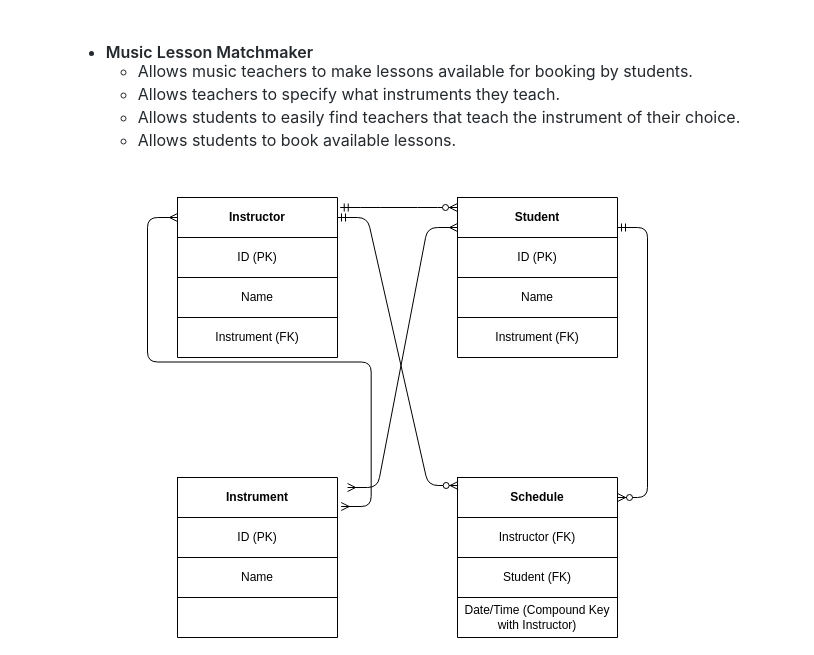
The draw.io diagram erd-lab.drawio in caitlinfcorrigan/data-modeling, before the edit. Source tidied: cells renumbered, new cells numbered last; positions are measured from the earlier drawing's top-left corner, leaving out a move shared by most shapes. Both pictures are drawn from the tidied source at 100%, with x=0, y=0 at pixel (17, 17).
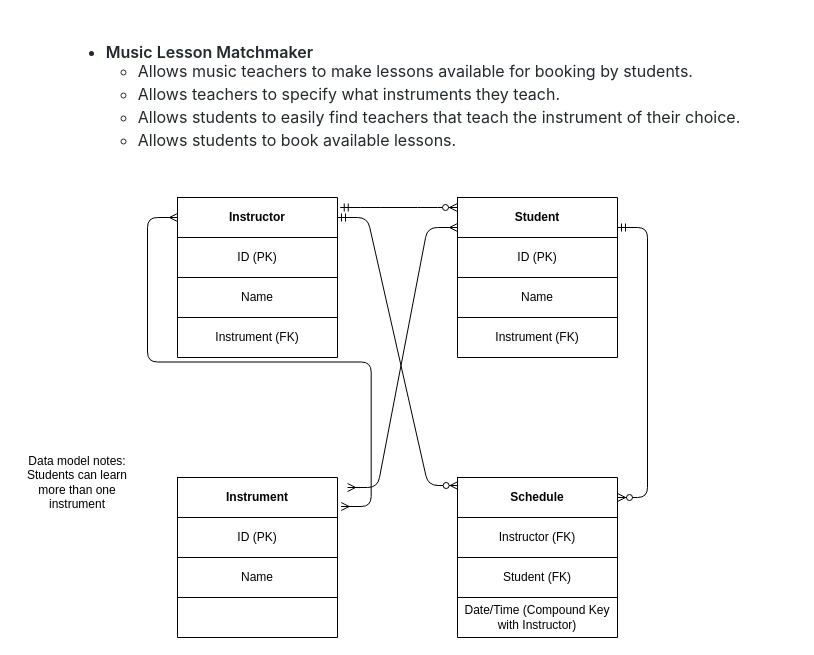
The same page after the edit.

Commit message:
adds note about data model

What changed in the source:
```diff
@@
+    <mxCell id="44" value="Data model notes:&lt;br&gt;Students can learn more than one instrument&lt;br&gt;" style="text;strokeColor=none;align=center;fillColor=none;html=1;verticalAlign=middle;whiteSpace=wrap;rounded=0;" parent="1" vertex="1">
+      <mxGeometry y="380" width="120" height="170" as="geometry" />
+    </mxCell>
```
